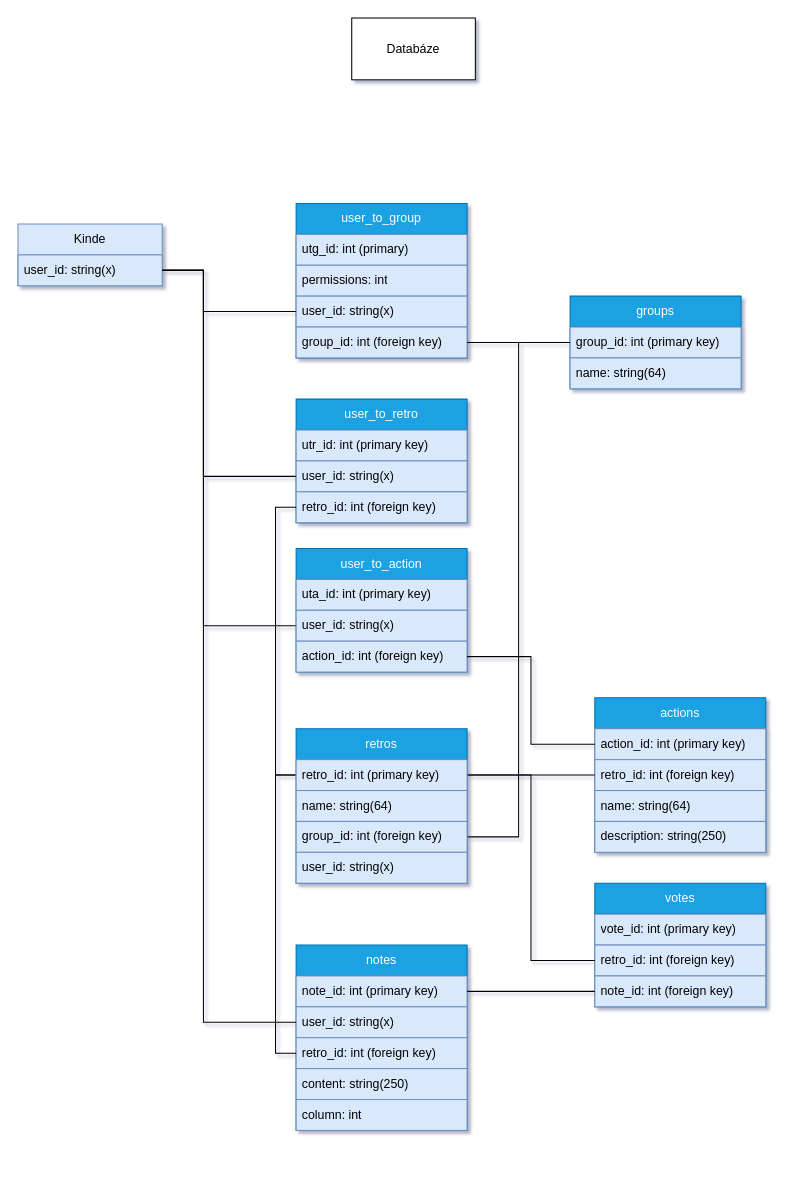
ProjNull/Praeteritum keeps this draw.io diagram as backend/app/database/schemes/Praeterium.drawio. Above is the earlier version. Source tidied: cells renumbered, new cells numbered last; positions are measured from the earlier drawing's top-left corner, leaving out a move shared by most shapes. Both pictures are drawn from the tidied source at 103%, with x=0, y=0 at pixel (18, 18).
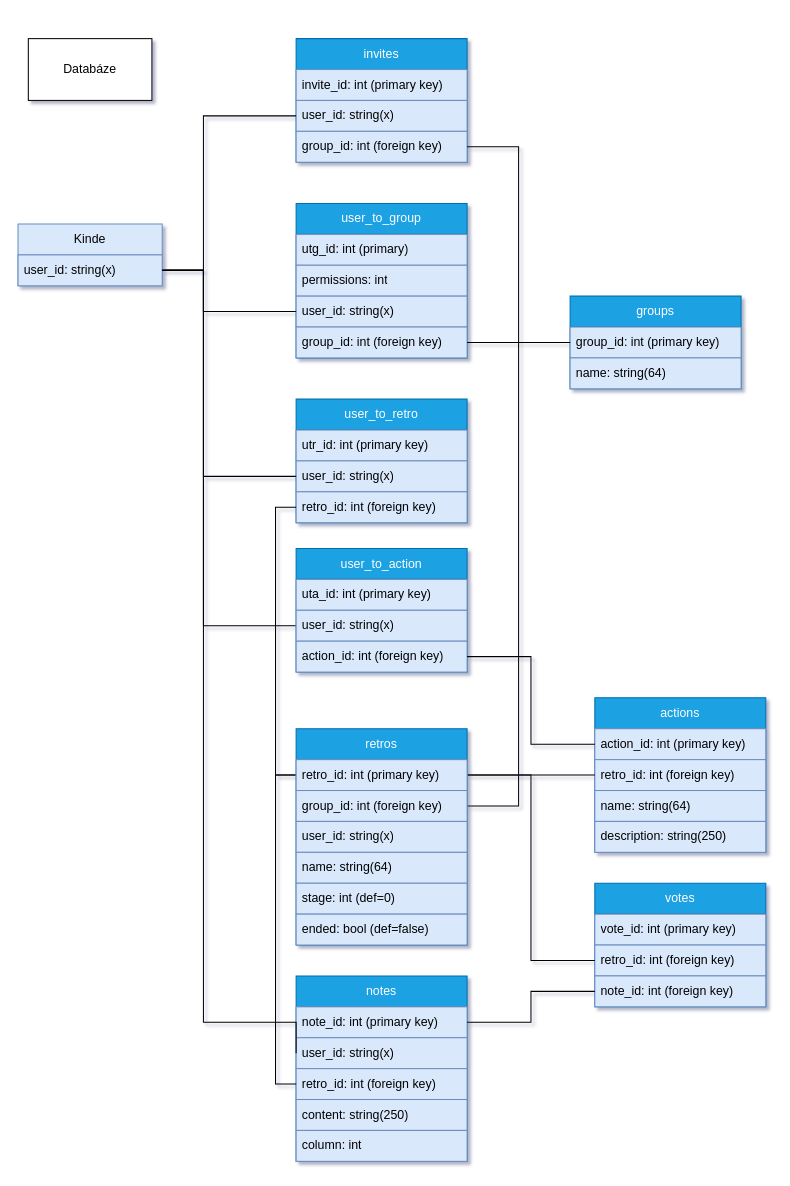
The same page after the edit.

Commit message (it also covers changes not shown here):
updatet db schemes

Unchanged cells that the change refers to:
```xml
<mxCell id="10" value="group_id: int (primary key)" style="text;strokeColor=#6c8ebf;fillColor=#dae8fc;align=left;verticalAlign=middle;spacingLeft=4;spacingRight=4;overflow=hidden;points=[[0,0.5],[1,0.5]];portConstraint=eastwest;whiteSpace=wrap;html=1;" parent="9" vertex="1">
  <mxGeometry y="30" width="166" height="30" as="geometry" />
</mxCell>
<mxCell id="27" value="Kinde" style="swimlane;fontStyle=0;horizontal=1;startSize=30;whiteSpace=wrap;html=1;fillColor=#dae8fc;strokeColor=#6c8ebf;" parent="1" vertex="1">
  <mxGeometry y="200" width="140" height="60" as="geometry" />
</mxCell>
```

Change to the diagram source:
```diff
@@
     <mxCell id="2" value="Databáze" style="rounded=0;whiteSpace=wrap;html=1;" parent="1" vertex="1">
-      <mxGeometry x="324" width="120" height="60" as="geometry" />
+      <mxGeometry x="10" y="20" width="120" height="60" as="geometry" />
     </mxCell>
@@
     <mxCell id="20" value="notes" style="swimlane;fontStyle=0;horizontal=1;startSize=30;whiteSpace=wrap;html=1;fillColor=#1ba1e2;fontColor=#ffffff;strokeColor=#006EAF;" parent="1" vertex="1">
-      <mxGeometry x="270" y="900" width="166" height="180" as="geometry" />
+      <mxGeometry x="270" y="930" width="166" height="180" as="geometry" />
     </mxCell>
@@
     <mxCell id="48" value="retros" style="swimlane;fontStyle=0;horizontal=1;startSize=30;whiteSpace=wrap;html=1;fillColor=#1ba1e2;fontColor=#ffffff;strokeColor=#006EAF;" parent="1" vertex="1">
-      <mxGeometry x="270" y="690" width="166" height="150" as="geometry" />
+      <mxGeometry x="270" y="690" width="166" height="210" as="geometry" />
     </mxCell>
@@
-    <mxCell id="50" value="name: string(64)" style="text;strokeColor=#6c8ebf;fillColor=#dae8fc;align=left;verticalAlign=middle;spacingLeft=4;spacingRight=4;overflow=hidden;whiteSpace=wrap;html=1;" parent="48" vertex="1">
-      <mxGeometry y="60" width="166" height="30" as="geometry" />
-    </mxCell>
     <mxCell id="51" value="group_id: int (foreign key)" style="text;strokeColor=#6c8ebf;fillColor=#dae8fc;align=left;verticalAlign=middle;spacingLeft=4;spacingRight=4;overflow=hidden;points=[[0,0.5],[1,0.5]];portConstraint=eastwest;whiteSpace=wrap;html=1;" parent="48" vertex="1">
-      <mxGeometry y="90" width="166" height="30" as="geometry" />
+      <mxGeometry y="60" width="166" height="30" as="geometry" />
     </mxCell>
     <mxCell id="52" value="&lt;span style=&quot;text-align: center;&quot;&gt;user_id: string(x)&lt;/span&gt;" style="text;strokeColor=#6c8ebf;fillColor=#dae8fc;align=left;verticalAlign=middle;spacingLeft=4;spacingRight=4;overflow=hidden;whiteSpace=wrap;html=1;" parent="48" vertex="1">
-      <mxGeometry y="120" width="166" height="30" as="geometry" />
+      <mxGeometry y="90" width="166" height="30" as="geometry" />
     </mxCell>
+    <mxCell id="50" value="name: string(64)" style="text;strokeColor=#6c8ebf;fillColor=#dae8fc;align=left;verticalAlign=middle;spacingLeft=4;spacingRight=4;overflow=hidden;whiteSpace=wrap;html=1;" parent="48" vertex="1">
+      <mxGeometry y="120" width="166" height="30" as="geometry" />
+    </mxCell>
+    <mxCell id="53" value="&lt;span style=&quot;text-align: center;&quot;&gt;stage: int (def=0)&lt;/span&gt;" style="text;strokeColor=#6c8ebf;fillColor=#dae8fc;align=left;verticalAlign=middle;spacingLeft=4;spacingRight=4;overflow=hidden;whiteSpace=wrap;html=1;" parent="48" vertex="1">
+      <mxGeometry y="150" width="166" height="30" as="geometry" />
+    </mxCell>
+    <mxCell id="54" value="ended: bool (def=false)" style="text;strokeColor=#6c8ebf;fillColor=#dae8fc;align=left;verticalAlign=middle;spacingLeft=4;spacingRight=4;overflow=hidden;whiteSpace=wrap;html=1;" parent="48" vertex="1">
+      <mxGeometry y="180" width="166" height="30" as="geometry" />
+    </mxCell>
+    <mxCell id="55" value="invites" style="swimlane;fontStyle=0;horizontal=1;startSize=30;whiteSpace=wrap;html=1;fillColor=#1ba1e2;fontColor=#ffffff;strokeColor=#006EAF;" parent="1" vertex="1">
+      <mxGeometry x="270" y="20" width="166" height="120" as="geometry" />
+    </mxCell>
+    <mxCell id="56" value="invite_id: int (primary key)" style="text;strokeColor=#6c8ebf;fillColor=#dae8fc;align=left;verticalAlign=middle;spacingLeft=4;spacingRight=4;overflow=hidden;whiteSpace=wrap;html=1;" parent="55" vertex="1">
+      <mxGeometry y="30" width="166" height="30" as="geometry" />
+    </mxCell>
+    <mxCell id="57" value="user_id: string(x)" style="text;strokeColor=#6c8ebf;fillColor=#dae8fc;align=left;verticalAlign=middle;spacingLeft=4;spacingRight=4;overflow=hidden;points=[[0,0.5],[1,0.5]];portConstraint=eastwest;whiteSpace=wrap;html=1;" parent="55" vertex="1">
+      <mxGeometry y="60" width="166" height="30" as="geometry" />
+    </mxCell>
+    <mxCell id="58" value="group_id: int (foreign key)" style="text;strokeColor=#6c8ebf;fillColor=#dae8fc;align=left;verticalAlign=middle;spacingLeft=4;spacingRight=4;overflow=hidden;points=[[0,0.5],[1,0.5]];portConstraint=eastwest;whiteSpace=wrap;html=1;" parent="55" vertex="1">
+      <mxGeometry y="90" width="166" height="30" as="geometry" />
+    </mxCell>
+    <mxCell id="59" style="edgeStyle=orthogonalEdgeStyle;rounded=0;jettySize=auto;html=1;exitX=1;exitY=0.75;exitDx=0;exitDy=0;startArrow=none;startFill=0;endArrow=none;endFill=0;entryX=0;entryY=0.5;entryDx=0;entryDy=0;" parent="1" edge="1" source="27" target="57">
+      <mxGeometry relative="1" as="geometry">
+        <Array as="points">
+          <mxPoint x="180" y="245" />
+          <mxPoint x="180" y="95" />
+        </Array>
+      </mxGeometry>
+    </mxCell>
+    <mxCell id="60" style="edgeStyle=orthogonalEdgeStyle;rounded=0;jettySize=auto;html=1;startArrow=none;startFill=0;endArrow=none;endFill=0;" parent="1" edge="1" source="10" target="58">
+      <mxGeometry relative="1" as="geometry" />
+    </mxCell>
```
